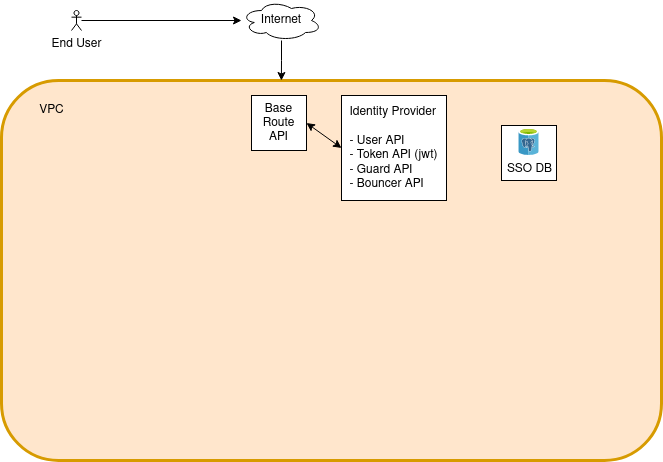
The draw.io diagram DevOps_Pro1_App.drawio.png in GadW6/DevOps_Pro1__DevOps, before a commit. Source tidied: cells renumbered, new cells last; positions are measured from the earlier drawing's top-left corner, leaving out a move shared by most shapes.
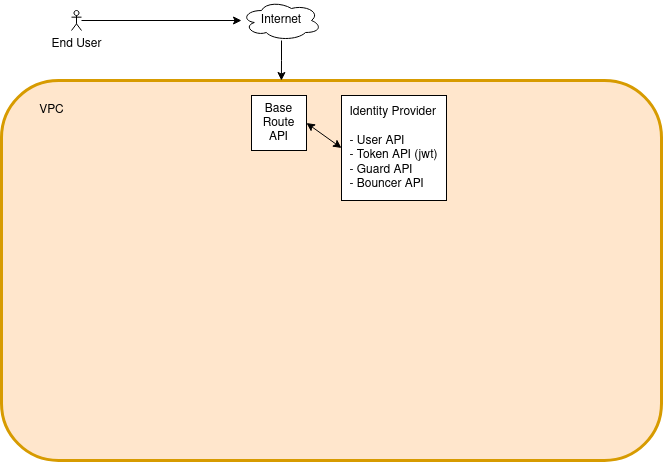
Later version of the same file.

Change to the diagram source:
```diff
@@ -31,14 +31,5 @@
     <mxCell id="10" style="html=1;labelBackgroundColor=#ffffff;startArrow=classic;startFill=1;startSize=6;endArrow=classic;endFill=1;endSize=6;jettySize=auto;strokeWidth=1;fontSize=14;rounded=0;exitX=1;exitY=0.5;exitDx=0;exitDy=0;entryX=0;entryY=0.5;entryDx=0;entryDy=0;" parent="1" edge="1" source="8" target="9">
       <mxGeometry relative="1" as="geometry" />
     </mxCell>
-    <mxCell id="11" style="group;" parent="1" vertex="1">
-      <mxGeometry x="500" y="125" width="55" height="55" as="geometry" />
-    </mxCell>
-    <mxCell id="12" style="whiteSpace=wrap;html=1;" parent="11" vertex="1">
-      <mxGeometry width="55" height="55" as="geometry" />
-    </mxCell>
-    <mxCell id="13" value="SSO DB" style="sketch=0;html=1;align=center;image;fontSize=12;image=img/lib/mscae/Azure_Database_for_PostgreSQL_servers.svg;fillStyle=solid;strokeColor=#FFB366;strokeWidth=3;fillColor=default;" parent="11" vertex="1">
-      <mxGeometry x="17.4" y="3.5" width="20.2" height="26.5" as="geometry" />
-    </mxCell>
   </root>
 </mxGraphModel>
```
